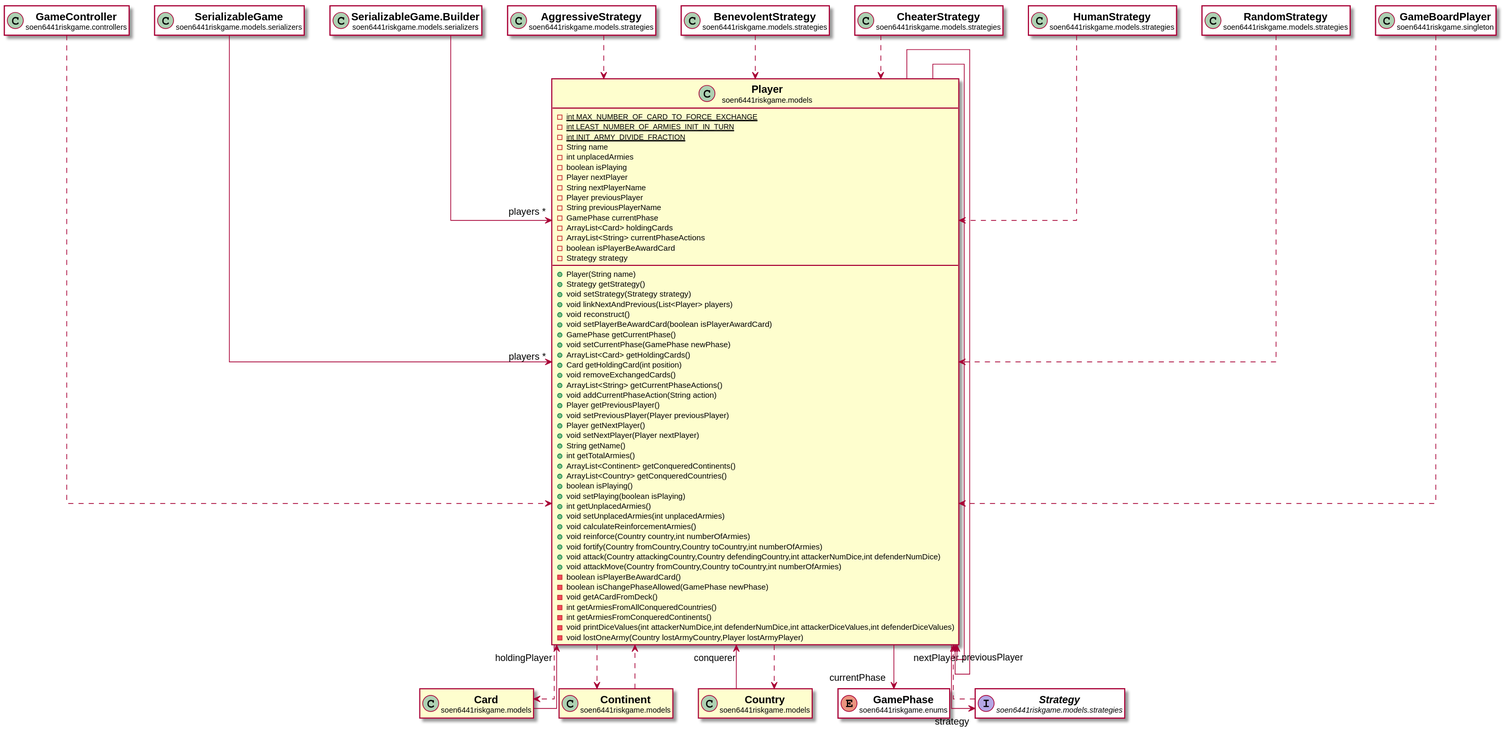
This is docs/javadocs/soen6441riskgame/models/Player.svg from huntertran/soen6441-riskgame, a PlantUML export, as it was before one commit. Source of this version:
```plantuml
@startuml

skinparam svgLinkTarget _parent
skinparam linetype ortho
set namespaceSeparator none
class "<b><size:14>Player</b>\n<size:10>soen6441riskgame.models" as soen6441riskgame.models.Player  [[../../soen6441riskgame/models/Player.html{soen6441riskgame.models.Player}]] {
{static} -int MAX_NUMBER_OF_CARD_TO_FORCE_EXCHANGE
{static} -int LEAST_NUMBER_OF_ARMIES_INIT_IN_TURN
{static} -int INIT_ARMY_DIVIDE_FRACTION
-String name
-int unplacedArmies
-boolean isPlaying
-Player nextPlayer
-String nextPlayerName
-Player previousPlayer
-String previousPlayerName
-GamePhase currentPhase
-ArrayList<Card> holdingCards
-ArrayList<String> currentPhaseActions
-boolean isPlayerBeAwardCard
-Strategy strategy
+Player(String name)
+Strategy getStrategy()
+void setStrategy(Strategy strategy)
+void linkNextAndPrevious(List<Player> players)
+void reconstruct()
+void setPlayerBeAwardCard(boolean isPlayerAwardCard)
+GamePhase getCurrentPhase()
+void setCurrentPhase(GamePhase newPhase)
+ArrayList<Card> getHoldingCards()
+Card getHoldingCard(int position)
+void removeExchangedCards()
+ArrayList<String> getCurrentPhaseActions()
+void addCurrentPhaseAction(String action)
+Player getPreviousPlayer()
+void setPreviousPlayer(Player previousPlayer)
+Player getNextPlayer()
+void setNextPlayer(Player nextPlayer)
+String getName()
+int getTotalArmies()
+ArrayList<Continent> getConqueredContinents()
+ArrayList<Country> getConqueredCountries()
+boolean isPlaying()
+void setPlaying(boolean isPlaying)
+int getUnplacedArmies()
+void setUnplacedArmies(int unplacedArmies)
+void calculateReinforcementArmies()
+void reinforce(Country country,int numberOfArmies)
+void fortify(Country fromCountry,Country toCountry,int numberOfArmies)
+void attack(Country attackingCountry,Country defendingCountry,int attackerNumDice,int defenderNumDice)
+void attackMove(Country fromCountry,Country toCountry,int numberOfArmies)
-boolean isPlayerBeAwardCard()
-boolean isChangePhaseAllowed(GamePhase newPhase)
-void getACardFromDeck()
-int getArmiesFromAllConqueredCountries()
-int getArmiesFromConqueredContinents()
-void printDiceValues(int attackerNumDice,int defenderNumDice,int attackerDiceValues,int defenderDiceValues)
-void lostOneArmy(Country lostArmyCountry,Player lostArmyPlayer)
}


class "<b><size:14>GameController</b>\n<size:10>soen6441riskgame.controllers" as soen6441riskgame.controllers.GameController  [[../../soen6441riskgame/controllers/GameController.html{soen6441riskgame.controllers.GameController}]] #white {
}

hide soen6441riskgame.controllers.GameController fields
hide soen6441riskgame.controllers.GameController methods

soen6441riskgame.controllers.GameController ..> soen6441riskgame.models.Player


class "<b><size:14>Card</b>\n<size:10>soen6441riskgame.models" as soen6441riskgame.models.Card  [[../../soen6441riskgame/models/Card.html{soen6441riskgame.models.Card}]] {
}

hide soen6441riskgame.models.Card fields
hide soen6441riskgame.models.Card methods

soen6441riskgame.models.Card -->  "holdingPlayer" soen6441riskgame.models.Player

class "<b><size:14>Continent</b>\n<size:10>soen6441riskgame.models" as soen6441riskgame.models.Continent  [[../../soen6441riskgame/models/Continent.html{soen6441riskgame.models.Continent}]] {
}

hide soen6441riskgame.models.Continent fields
hide soen6441riskgame.models.Continent methods

soen6441riskgame.models.Continent ..> soen6441riskgame.models.Player

class "<b><size:14>Country</b>\n<size:10>soen6441riskgame.models" as soen6441riskgame.models.Country  [[../../soen6441riskgame/models/Country.html{soen6441riskgame.models.Country}]] {
}

hide soen6441riskgame.models.Country fields
hide soen6441riskgame.models.Country methods

soen6441riskgame.models.Country -->  "conquerer" soen6441riskgame.models.Player

soen6441riskgame.models.Player -->  "nextPlayer" soen6441riskgame.models.Player

soen6441riskgame.models.Player -->  "previousPlayer" soen6441riskgame.models.Player

enum "<b><size:14>GamePhase</b>\n<size:10>soen6441riskgame.enums" as soen6441riskgame.enums.GamePhase  [[../../soen6441riskgame/enums/GamePhase.html{soen6441riskgame.enums.GamePhase}]] #white {
}

hide soen6441riskgame.enums.GamePhase fields
hide soen6441riskgame.enums.GamePhase methods

soen6441riskgame.models.Player -->  "currentPhase" soen6441riskgame.enums.GamePhase


soen6441riskgame.models.Player ..> soen6441riskgame.models.Card


interface "<b><size:14>Strategy</b>\n<size:10>soen6441riskgame.models.strategies" as soen6441riskgame.models.strategies.Strategy  [[../../soen6441riskgame/models/strategies/Strategy.html{soen6441riskgame.models.strategies.Strategy}]] #white {
}

hide soen6441riskgame.models.strategies.Strategy fields
hide soen6441riskgame.models.strategies.Strategy methods

soen6441riskgame.models.Player -->  "strategy" soen6441riskgame.models.strategies.Strategy




soen6441riskgame.models.Player ..> soen6441riskgame.models.Continent


soen6441riskgame.models.Player ..> soen6441riskgame.models.Country

class "<b><size:14>SerializableGame</b>\n<size:10>soen6441riskgame.models.serializers" as soen6441riskgame.models.serializers.SerializableGame  [[../../soen6441riskgame/models/serializers/SerializableGame.html{soen6441riskgame.models.serializers.SerializableGame}]] #white {
}

hide soen6441riskgame.models.serializers.SerializableGame fields
hide soen6441riskgame.models.serializers.SerializableGame methods

soen6441riskgame.models.serializers.SerializableGame -->  "players *" soen6441riskgame.models.Player

class "<b><size:14>SerializableGame.Builder</b>\n<size:10>soen6441riskgame.models.serializers" as soen6441riskgame.models.serializers.SerializableGame.Builder  [[../../soen6441riskgame/models/serializers/SerializableGame.Builder.html{soen6441riskgame.models.serializers.SerializableGame.Builder}]] #white {
}

hide soen6441riskgame.models.serializers.SerializableGame.Builder fields
hide soen6441riskgame.models.serializers.SerializableGame.Builder methods

soen6441riskgame.models.serializers.SerializableGame.Builder -->  "players *" soen6441riskgame.models.Player

class "<b><size:14>AggressiveStrategy</b>\n<size:10>soen6441riskgame.models.strategies" as soen6441riskgame.models.strategies.AggressiveStrategy  [[../../soen6441riskgame/models/strategies/AggressiveStrategy.html{soen6441riskgame.models.strategies.AggressiveStrategy}]] #white {
}

hide soen6441riskgame.models.strategies.AggressiveStrategy fields
hide soen6441riskgame.models.strategies.AggressiveStrategy methods

soen6441riskgame.models.strategies.AggressiveStrategy ..> soen6441riskgame.models.Player

class "<b><size:14>BenevolentStrategy</b>\n<size:10>soen6441riskgame.models.strategies" as soen6441riskgame.models.strategies.BenevolentStrategy  [[../../soen6441riskgame/models/strategies/BenevolentStrategy.html{soen6441riskgame.models.strategies.BenevolentStrategy}]] #white {
}

hide soen6441riskgame.models.strategies.BenevolentStrategy fields
hide soen6441riskgame.models.strategies.BenevolentStrategy methods

soen6441riskgame.models.strategies.BenevolentStrategy ..> soen6441riskgame.models.Player

class "<b><size:14>CheaterStrategy</b>\n<size:10>soen6441riskgame.models.strategies" as soen6441riskgame.models.strategies.CheaterStrategy  [[../../soen6441riskgame/models/strategies/CheaterStrategy.html{soen6441riskgame.models.strategies.CheaterStrategy}]] #white {
}

hide soen6441riskgame.models.strategies.CheaterStrategy fields
hide soen6441riskgame.models.strategies.CheaterStrategy methods

soen6441riskgame.models.strategies.CheaterStrategy ..> soen6441riskgame.models.Player

class "<b><size:14>HumanStrategy</b>\n<size:10>soen6441riskgame.models.strategies" as soen6441riskgame.models.strategies.HumanStrategy  [[../../soen6441riskgame/models/strategies/HumanStrategy.html{soen6441riskgame.models.strategies.HumanStrategy}]] #white {
}

hide soen6441riskgame.models.strategies.HumanStrategy fields
hide soen6441riskgame.models.strategies.HumanStrategy methods

soen6441riskgame.models.strategies.HumanStrategy ..> soen6441riskgame.models.Player

class "<b><size:14>RandomStrategy</b>\n<size:10>soen6441riskgame.models.strategies" as soen6441riskgame.models.strategies.RandomStrategy  [[../../soen6441riskgame/models/strategies/RandomStrategy.html{soen6441riskgame.models.strategies.RandomStrategy}]] #white {
}

hide soen6441riskgame.models.strategies.RandomStrategy fields
hide soen6441riskgame.models.strategies.RandomStrategy methods

soen6441riskgame.models.strategies.RandomStrategy ..> soen6441riskgame.models.Player

soen6441riskgame.models.strategies.Strategy ..> soen6441riskgame.models.Player

class "<b><size:14>GameBoardPlayer</b>\n<size:10>soen6441riskgame.singleton" as soen6441riskgame.singleton.GameBoardPlayer  [[../../soen6441riskgame/singleton/GameBoardPlayer.html{soen6441riskgame.singleton.GameBoardPlayer}]] #white {
}

hide soen6441riskgame.singleton.GameBoardPlayer fields
hide soen6441riskgame.singleton.GameBoardPlayer methods

soen6441riskgame.singleton.GameBoardPlayer ..> soen6441riskgame.models.Player


@enduml
```
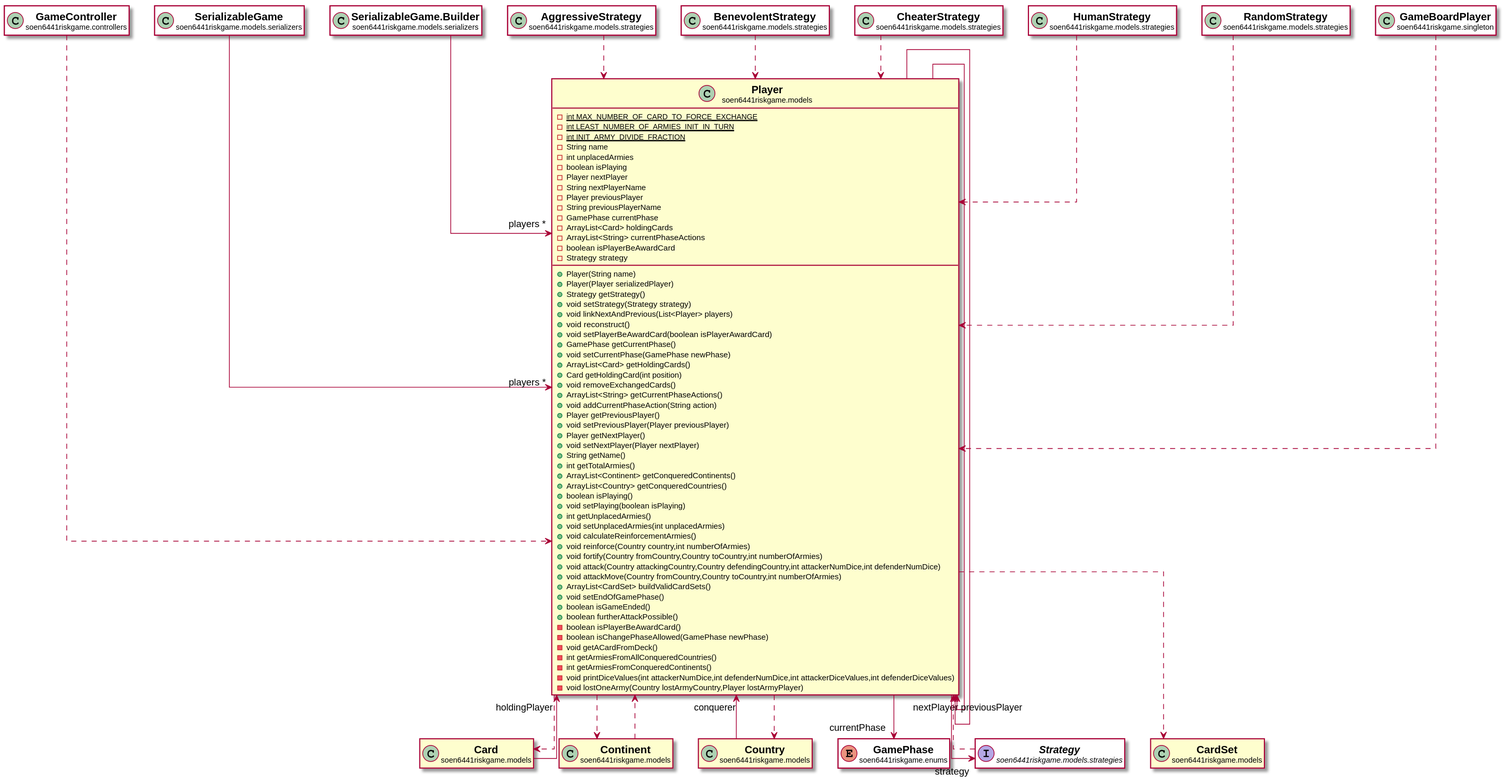
After the commit.

Diff of the diagram source:
```diff
@@ -20,6 +20,7 @@
 -boolean isPlayerBeAwardCard
 -Strategy strategy
 +Player(String name)
++Player(Player serializedPlayer)
 +Strategy getStrategy()
 +void setStrategy(Strategy strategy)
 +void linkNextAndPrevious(List<Player> players)
@@ -49,6 +50,10 @@
 +void fortify(Country fromCountry,Country toCountry,int numberOfArmies)
 +void attack(Country attackingCountry,Country defendingCountry,int attackerNumDice,int defenderNumDice)
 +void attackMove(Country fromCountry,Country toCountry,int numberOfArmies)
++ArrayList<CardSet> buildValidCardSets()
++void setEndOfGamePhase()
++boolean isGameEnded()
++boolean furtherAttackPossible()
 -boolean isPlayerBeAwardCard()
 -boolean isChangePhaseAllowed(GamePhase newPhase)
 -void getACardFromDeck()
@@ -124,6 +129,15 @@
 
 soen6441riskgame.models.Player ..> soen6441riskgame.models.Country
 
+
+class "<b><size:14>CardSet</b>\n<size:10>soen6441riskgame.models" as soen6441riskgame.models.CardSet  [[../../soen6441riskgame/models/CardSet.html{soen6441riskgame.models.CardSet}]] {
+}
+
+hide soen6441riskgame.models.CardSet fields
+hide soen6441riskgame.models.CardSet methods
+
+soen6441riskgame.models.Player ..> soen6441riskgame.models.CardSet
+
 class "<b><size:14>SerializableGame</b>\n<size:10>soen6441riskgame.models.serializers" as soen6441riskgame.models.serializers.SerializableGame  [[../../soen6441riskgame/models/serializers/SerializableGame.html{soen6441riskgame.models.serializers.SerializableGame}]] #white {
 }
 
```
